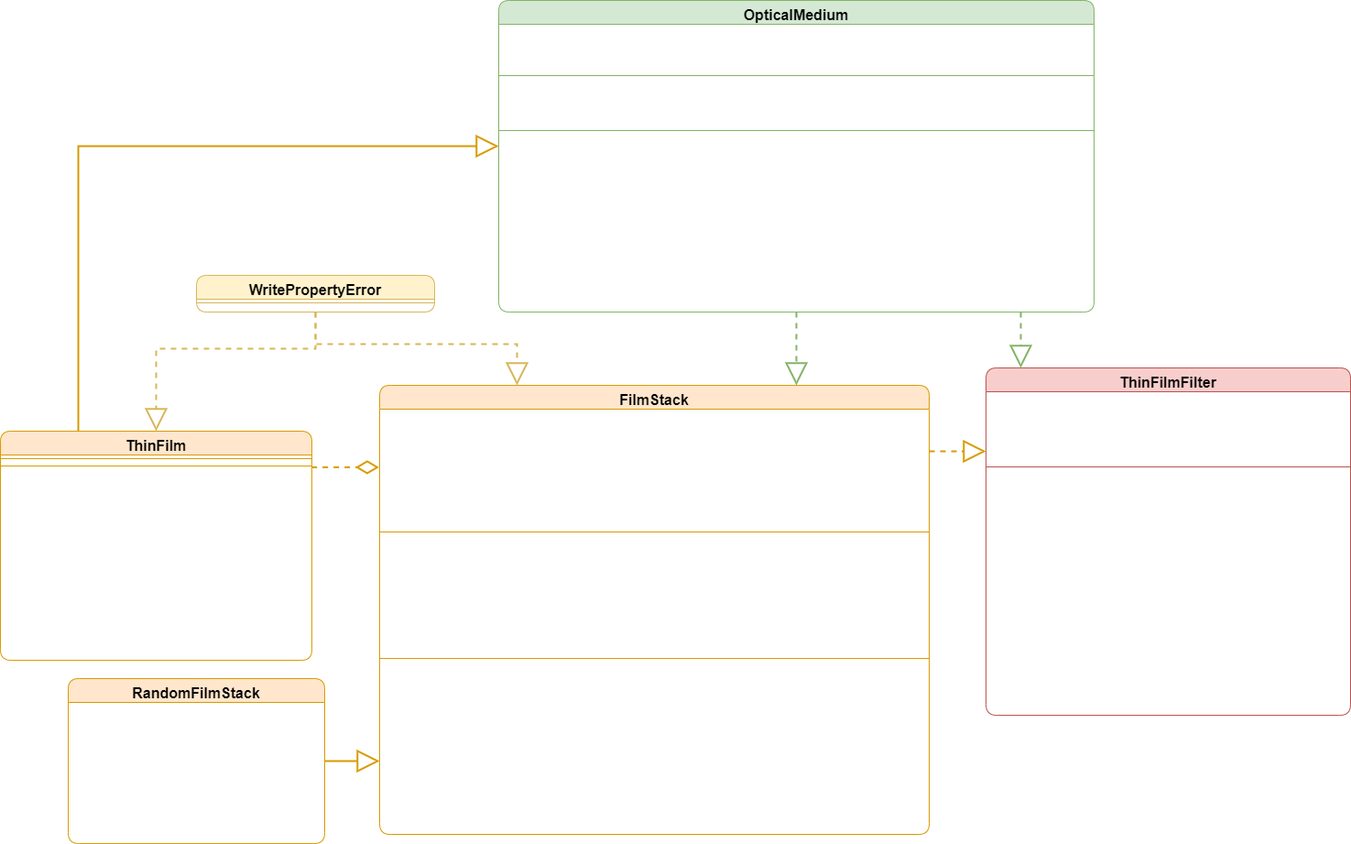
Above: docs/class_diagram.png in heath-smith/tff-lib (draw.io), before the change. Source tidied: cells renumbered, new cells last; positions are measured from the earlier drawing's top-left corner, leaving out a move shared by most shapes.
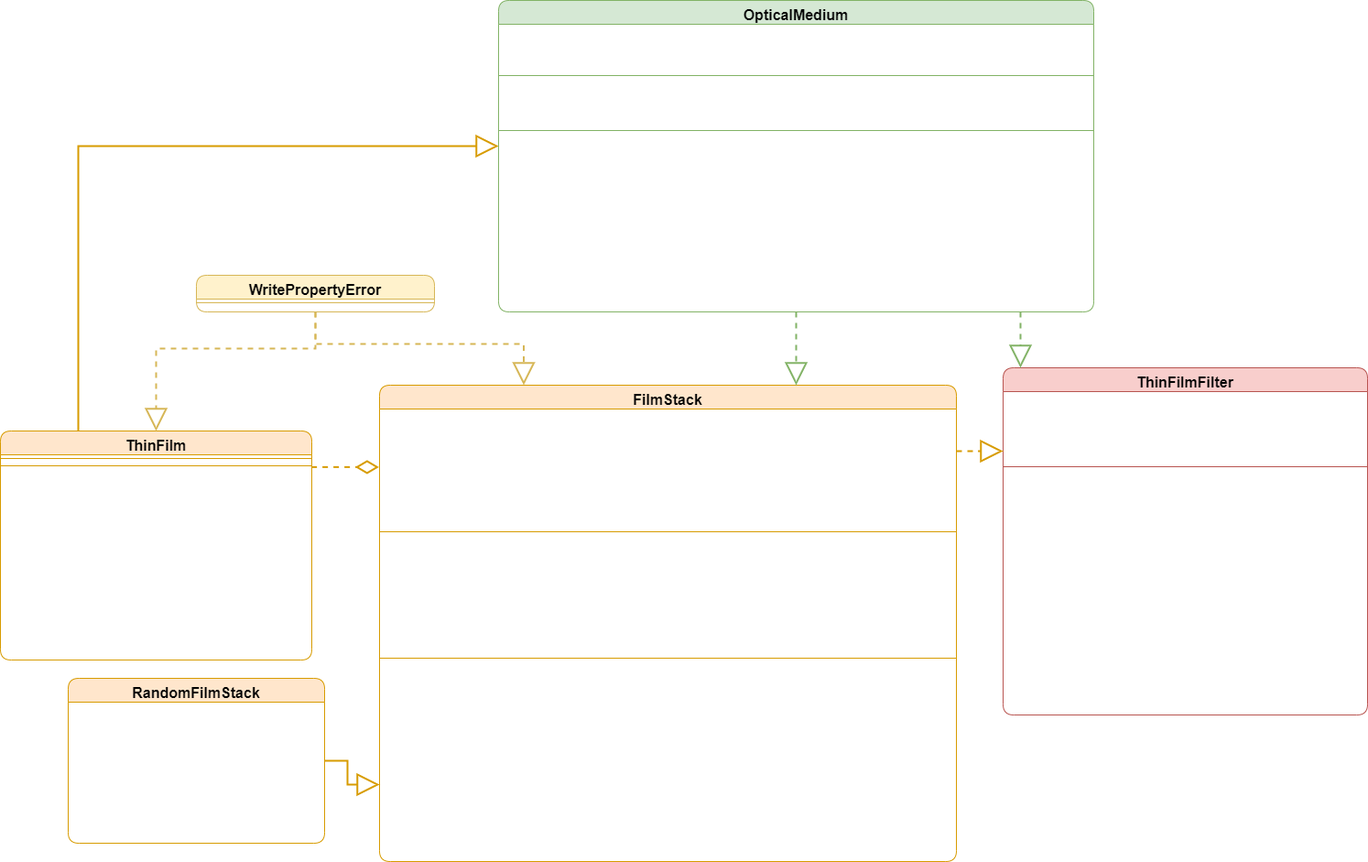
The same file after the commit.

Commit message:
remove ntype restriction, update tests, update medium.cpp, update class_diagram.png

Change to the diagram source:
```diff
@@ -30,64 +30,67 @@
       <mxGeometry y="216" width="340" height="26" as="geometry" />
     </mxCell>
     <mxCell id="11" value="FilmStack" style="swimlane;fontStyle=1;align=center;verticalAlign=top;horizontal=1;startSize=26;rounded=1;shadow=0;strokeWidth=1;fillColor=#ffe6cc;strokeColor=#d79b00;fontSize=16;labelBackgroundColor=none;fontColor=#000000;" parent="1" vertex="1">
-      <mxGeometry x="414" y="420" width="600" height="490" as="geometry" />
+      <mxGeometry x="414" y="420" width="630" height="520" as="geometry" />
     </mxCell>
     <mxCell id="12" value="+stack : Iterable[ThinFilm] : read-write" style="text;align=left;verticalAlign=top;spacingLeft=4;spacingRight=4;overflow=hidden;fontSize=16;rounded=1;fontColor=#FFFFFF;" parent="11" vertex="1">
-      <mxGeometry y="26" width="600" height="26" as="geometry" />
+      <mxGeometry y="26" width="630" height="26" as="geometry" />
     </mxCell>
     <mxCell id="13" value="+total_thick : float : read-only" style="text;align=left;verticalAlign=top;spacingLeft=4;spacingRight=4;overflow=hidden;rounded=1;shadow=0;html=0;fontSize=16;fontColor=#FFFFFF;" parent="11" vertex="1">
-      <mxGeometry y="52" width="600" height="26" as="geometry" />
+      <mxGeometry y="52" width="630" height="26" as="geometry" />
     </mxCell>
     <mxCell id="14" value="+num_layers : int : read-only" style="text;align=left;verticalAlign=top;spacingLeft=4;spacingRight=4;overflow=hidden;points=[[0,0.5],[1,0.5]];portConstraint=eastwest;rounded=1;shadow=0;html=0;fontSize=16;fontColor=#FFFFFF;" parent="11" vertex="1">
-      <mxGeometry y="78" width="600" height="26" as="geometry" />
+      <mxGeometry y="78" width="630" height="26" as="geometry" />
     </mxCell>
     <mxCell id="15" value="+layers : Iterable[float] : read-write" style="text;align=left;verticalAlign=top;spacingLeft=4;spacingRight=4;overflow=hidden;rounded=1;shadow=0;html=0;fontSize=16;fontColor=#FFFFFF;" parent="11" vertex="1">
-      <mxGeometry y="104" width="600" height="26" as="geometry" />
+      <mxGeometry y="104" width="630" height="26" as="geometry" />
     </mxCell>
     <mxCell id="16" value="+matrix : NDArray : read-only" style="text;align=left;verticalAlign=top;spacingLeft=4;spacingRight=4;overflow=hidden;rounded=1;shadow=0;html=0;fontSize=16;fontColor=#FFFFFF;" parent="11" vertex="1">
-      <mxGeometry y="130" width="600" height="26" as="geometry" />
+      <mxGeometry y="130" width="630" height="26" as="geometry" />
     </mxCell>
     <mxCell id="17" style="line;html=1;strokeWidth=1;align=left;verticalAlign=middle;spacingTop=-1;spacingLeft=3;spacingRight=3;labelPosition=right;fillColor=#ffe6cc;strokeColor=#d79b00;fontSize=16;rounded=1;fontColor=#FFFFFF;" parent="11" vertex="1">
-      <mxGeometry y="156" width="600" height="8" as="geometry" />
+      <mxGeometry y="156" width="630" height="8" as="geometry" />
     </mxCell>
     <mxCell id="18" value="+max_total_thick: float" style="text;align=left;verticalAlign=top;spacingLeft=4;spacingRight=4;overflow=hidden;rounded=1;shadow=0;html=0;fontSize=16;fontColor=#FFFFFF;" parent="11" vertex="1">
-      <mxGeometry y="164" width="600" height="26" as="geometry" />
+      <mxGeometry y="164" width="630" height="26" as="geometry" />
     </mxCell>
     <mxCell id="19" value="+max_layers : float" style="text;align=left;verticalAlign=top;spacingLeft=4;spacingRight=4;overflow=hidden;rounded=1;shadow=0;html=0;fontSize=16;fontColor=#FFFFFF;" parent="11" vertex="1">
-      <mxGeometry y="190" width="600" height="26" as="geometry" />
+      <mxGeometry y="190" width="630" height="26" as="geometry" />
     </mxCell>
     <mxCell id="20" value="+min_layers : float" style="text;align=left;verticalAlign=top;spacingLeft=4;spacingRight=4;overflow=hidden;rounded=1;shadow=0;html=0;fontSize=16;fontColor=#FFFFFF;" parent="11" vertex="1">
-      <mxGeometry y="216" width="600" height="26" as="geometry" />
+      <mxGeometry y="216" width="630" height="26" as="geometry" />
     </mxCell>
     <mxCell id="21" value="+first_lyr_min_thick : float" style="text;align=left;verticalAlign=top;spacingLeft=4;spacingRight=4;overflow=hidden;rounded=1;shadow=0;html=0;fontSize=16;fontColor=#FFFFFF;" parent="11" vertex="1">
-      <mxGeometry y="242" width="600" height="26" as="geometry" />
+      <mxGeometry y="242" width="630" height="26" as="geometry" />
     </mxCell>
     <mxCell id="22" value="+min_thick : float" style="text;align=left;verticalAlign=top;spacingLeft=4;spacingRight=4;overflow=hidden;rounded=1;shadow=0;html=0;fontSize=16;fontColor=#FFFFFF;" parent="11" vertex="1">
-      <mxGeometry y="268" width="600" height="26" as="geometry" />
+      <mxGeometry y="268" width="630" height="26" as="geometry" />
     </mxCell>
     <mxCell id="23" style="line;html=1;strokeWidth=1;align=left;verticalAlign=middle;spacingTop=-1;spacingLeft=3;spacingRight=3;labelPosition=right;fillColor=#ffe6cc;strokeColor=#d79b00;fontSize=16;rounded=1;fontColor=#FFFFFF;" parent="11" vertex="1">
-      <mxGeometry y="294" width="600" height="8" as="geometry" />
+      <mxGeometry y="294" width="630" height="8" as="geometry" />
     </mxCell>
     <mxCell id="24" value="+__init__(self, films: Iterable[ThinFilm], **kwargs) -&gt; None" style="text;align=left;verticalAlign=top;spacingLeft=4;spacingRight=4;overflow=hidden;fontStyle=0;fontSize=16;rounded=1;fontColor=#FFFFFF;" parent="11" vertex="1">
-      <mxGeometry y="302" width="600" height="26" as="geometry" />
+      <mxGeometry y="302" width="630" height="26" as="geometry" />
     </mxCell>
-    <mxCell id="25" value="+insert_layer(self, layer: ThinFilm, index: SupportsIndex, ratio: float = 0.5) -&gt; None" style="text;align=left;verticalAlign=top;spacingLeft=4;spacingRight=4;overflow=hidden;fontSize=16;rounded=1;fontColor=#FFFFFF;" parent="11" vertex="1">
-      <mxGeometry y="328" width="600" height="26" as="geometry" />
+    <mxCell id="25" value="+insert_layer(self, layer: ThinFilm, index: SupportsIndex) -&gt; None" style="text;align=left;verticalAlign=top;spacingLeft=4;spacingRight=4;overflow=hidden;fontSize=16;rounded=1;fontColor=#FFFFFF;" parent="11" vertex="1">
+      <mxGeometry y="328" width="630" height="26" as="geometry" />
     </mxCell>
+    <mxCell id="66" value="+insert_split_layer(self, layer: ThinFilm, index: SupportsIndex, ratio: float = 0.5) -&gt; None" style="text;align=left;verticalAlign=top;spacingLeft=4;spacingRight=4;overflow=hidden;fontSize=16;rounded=1;fontColor=#FFFFFF;" parent="11" vertex="1">
+      <mxGeometry y="354" width="630" height="26" as="geometry" />
+    </mxCell>
     <mxCell id="26" value="+append_layer(self, layer: ThinFilm) -&gt; None" style="text;align=left;verticalAlign=top;spacingLeft=4;spacingRight=4;overflow=hidden;fontSize=16;rounded=1;fontColor=#FFFFFF;" parent="11" vertex="1">
-      <mxGeometry y="354" width="600" height="26" as="geometry" />
+      <mxGeometry y="380" width="630" height="26" as="geometry" />
     </mxCell>
     <mxCell id="27" value="+remove_layer(self, index: SupportsIndex = -1) -&gt; ThinFilm" style="text;align=left;verticalAlign=top;spacingLeft=4;spacingRight=4;overflow=hidden;fontSize=16;rounded=1;fontColor=#FFFFFF;" parent="11" vertex="1">
-      <mxGeometry y="380" width="600" height="26" as="geometry" />
+      <mxGeometry y="406" width="630" height="26" as="geometry" />
     </mxCell>
     <mxCell id="28" value="+get_layer(self, index: SupportsIndex) -&gt; ThinFilm" style="text;align=left;verticalAlign=top;spacingLeft=4;spacingRight=4;overflow=hidden;points=[[0,0.5],[1,0.5]];portConstraint=eastwest;fontSize=16;rounded=1;fontColor=#FFFFFF;" parent="11" vertex="1">
-      <mxGeometry y="406" width="600" height="26" as="geometry" />
+      <mxGeometry y="432" width="630" height="26" as="geometry" />
     </mxCell>
     <mxCell id="29" value="+admittance(self, inc: OpticalMedium, theta: float) -&gt; Dict[str, NDArray]" style="text;align=left;verticalAlign=top;spacingLeft=4;spacingRight=4;overflow=hidden;fontSize=16;rounded=1;fontColor=#FFFFFF;" parent="11" vertex="1">
-      <mxGeometry y="432" width="600" height="26" as="geometry" />
+      <mxGeometry y="458" width="630" height="26" as="geometry" />
     </mxCell>
     <mxCell id="30" value="+char_matrix(self, inc: OpticalMedium, theta: float) -&gt; Dict[str, NDArray]" style="text;align=left;verticalAlign=top;spacingLeft=4;spacingRight=4;overflow=hidden;fontSize=16;rounded=1;fontColor=#FFFFFF;" parent="11" vertex="1">
-      <mxGeometry y="458" width="600" height="26" as="geometry" />
+      <mxGeometry y="484" width="630" height="26" as="geometry" />
     </mxCell>
     <mxCell id="31" style="edgeStyle=orthogonalEdgeStyle;rounded=0;jettySize=auto;html=1;entryX=0;entryY=0.154;entryDx=0;entryDy=0;strokeWidth=2;fillColor=none;strokeColor=#d79b00;endArrow=block;endFill=0;endSize=20;startSize=20;fontSize=16;fontColor=#FFFFFF;entryPerimeter=0;" parent="1" edge="1" source="32" target="28">
       <mxGeometry relative="1" as="geometry" />
@@ -99,7 +102,7 @@
       <mxGeometry y="26" width="280" height="144" as="geometry" />
     </mxCell>
     <mxCell id="34" value="ThinFilmFilter" style="swimlane;fontStyle=1;align=center;verticalAlign=top;horizontal=1;startSize=26;rounded=1;shadow=0;strokeWidth=1;fillColor=#f8cecc;strokeColor=#b85450;fontSize=16;labelBackgroundColor=none;fontColor=#000000;" parent="1" vertex="1">
-      <mxGeometry x="1076" y="401" width="398" height="379" as="geometry" />
+      <mxGeometry x="1095" y="401" width="398" height="379" as="geometry" />
     </mxCell>
     <mxCell id="35" value="+sub: OpticalMedium" style="text;align=left;verticalAlign=top;spacingLeft=4;spacingRight=4;overflow=hidden;fontSize=16;rounded=1;fontColor=#FFFFFF;" parent="34" vertex="1">
       <mxGeometry y="26" width="398" height="26" as="geometry" />
@@ -191,11 +194,11 @@
     </mxCell>
     <mxCell id="62" style="edgeStyle=orthogonalEdgeStyle;rounded=0;jettySize=auto;html=1;entryX=0;entryY=0.5;entryDx=0;entryDy=0;strokeWidth=2;fillColor=#ffe6cc;strokeColor=#d79b00;endArrow=block;endFill=0;endSize=20;startSize=20;fontSize=16;dashed=1;fontColor=#FFFFFF;" parent="1" edge="1" target="37">
       <mxGeometry relative="1" as="geometry">
-        <mxPoint x="1014" y="492" as="sourcePoint" />
+        <mxPoint x="1044" y="492" as="sourcePoint" />
       </mxGeometry>
     </mxCell>
     <mxCell id="63" value="1" style="text;html=1;align=center;verticalAlign=middle;strokeColor=none;fillColor=none;fontSize=16;fontColor=#FFFFFF;" parent="1" vertex="1">
-      <mxGeometry x="1014" y="460" width="30" height="30" as="geometry" />
+      <mxGeometry x="1037" y="460" width="30" height="30" as="geometry" />
     </mxCell>
     <mxCell id="64" value="2" style="text;html=1;align=center;verticalAlign=middle;strokeColor=none;fillColor=none;fontSize=16;fontColor=#FFFFFF;" parent="1" vertex="1">
       <mxGeometry x="1108" y="337" width="30" height="30" as="geometry" />
```
